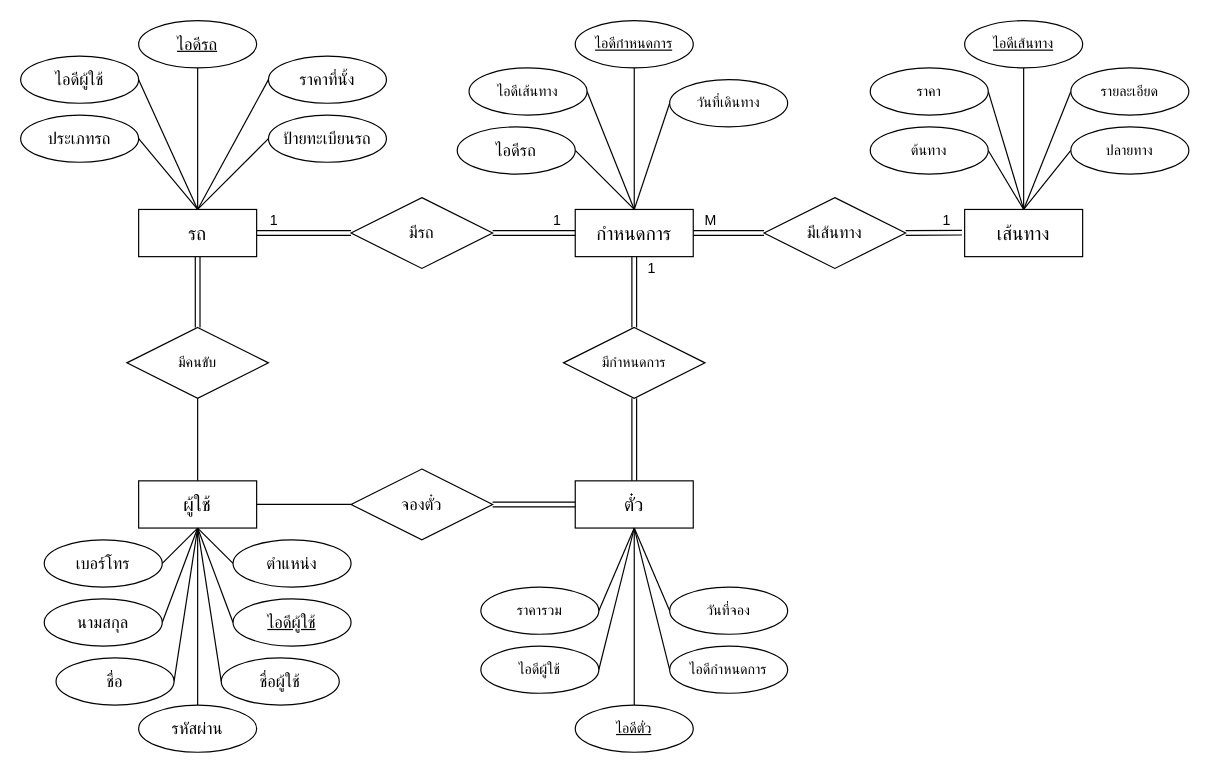
The draw.io diagram Database.drawio in NopXx/bus_ticket, before the edit. Source tidied: cells renumbered, new cells numbered last; positions are measured from the earlier drawing's top-left corner, leaving out a move shared by most shapes. Both pictures are drawn from the tidied source at 118%, with x=0, y=0 at pixel (20, 20).
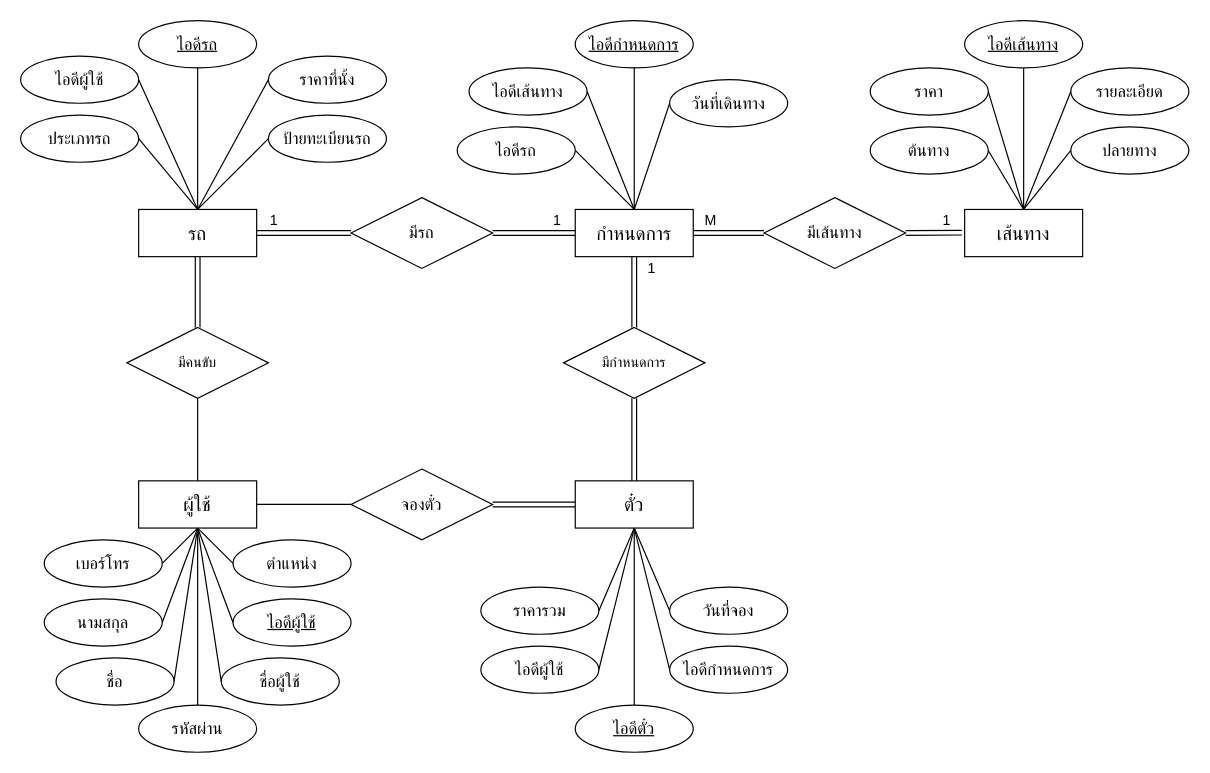
The same page after the edit.

Diff of the diagram source:
```diff
@@
-    <mxCell id="35" value="ไอดีเส้นทาง" style="ellipse;whiteSpace=wrap;html=1;align=center;" parent="1" vertex="1">
+    <mxCell id="35" value="ไอดีเส้นทาง" style="ellipse;whiteSpace=wrap;html=1;align=center;fontSize=14;" parent="1" vertex="1">
       <mxGeometry x="380" y="40" width="100" height="40" as="geometry" />
     </mxCell>
@@
-    <mxCell id="37" value="ไอดีกำหนดการ" style="ellipse;whiteSpace=wrap;html=1;align=center;fontStyle=4;" parent="1" vertex="1">
+    <mxCell id="37" value="ไอดีกำหนดการ" style="ellipse;whiteSpace=wrap;html=1;align=center;fontStyle=4;fontSize=14;" parent="1" vertex="1">
       <mxGeometry x="470" width="100" height="40" as="geometry" />
     </mxCell>
@@
-    <mxCell id="39" value="วันที่เดินทาง" style="ellipse;whiteSpace=wrap;html=1;align=center;" parent="1" vertex="1">
+    <mxCell id="39" value="วันที่เดินทาง" style="ellipse;whiteSpace=wrap;html=1;align=center;fontSize=14;" parent="1" vertex="1">
       <mxGeometry x="550" y="50" width="100" height="40" as="geometry" />
     </mxCell>
@@
-    <mxCell id="46" value="ไอดีเส้นทาง" style="ellipse;whiteSpace=wrap;html=1;align=center;fontStyle=4;" parent="1" vertex="1">
+    <mxCell id="46" value="ไอดีเส้นทาง" style="ellipse;whiteSpace=wrap;html=1;align=center;fontStyle=4;fontSize=14;" parent="1" vertex="1">
       <mxGeometry x="800" width="100" height="40" as="geometry" />
     </mxCell>
@@
-    <mxCell id="48" value="ราคา" style="ellipse;whiteSpace=wrap;html=1;align=center;" parent="1" vertex="1">
+    <mxCell id="48" value="ราคา" style="ellipse;whiteSpace=wrap;html=1;align=center;fontSize=14;" parent="1" vertex="1">
       <mxGeometry x="720" y="40" width="100" height="40" as="geometry" />
     </mxCell>
@@
-    <mxCell id="50" value="รายละเอียด" style="ellipse;whiteSpace=wrap;html=1;align=center;" parent="1" vertex="1">
+    <mxCell id="50" value="รายละเอียด" style="ellipse;whiteSpace=wrap;html=1;align=center;fontSize=14;" parent="1" vertex="1">
       <mxGeometry x="890" y="40" width="100" height="40" as="geometry" />
     </mxCell>
@@
-    <mxCell id="52" value="ต้นทาง" style="ellipse;whiteSpace=wrap;html=1;align=center;" parent="1" vertex="1">
+    <mxCell id="52" value="ต้นทาง" style="ellipse;whiteSpace=wrap;html=1;align=center;fontSize=14;" parent="1" vertex="1">
       <mxGeometry x="720" y="90" width="100" height="40" as="geometry" />
     </mxCell>
@@
-    <mxCell id="54" value="ปลายทาง" style="ellipse;whiteSpace=wrap;html=1;align=center;" parent="1" vertex="1">
+    <mxCell id="54" value="ปลายทาง" style="ellipse;whiteSpace=wrap;html=1;align=center;fontSize=14;" parent="1" vertex="1">
       <mxGeometry x="890" y="90" width="100" height="40" as="geometry" />
     </mxCell>
@@
-    <mxCell id="65" value="ไอดีตั๋ว" style="ellipse;whiteSpace=wrap;html=1;align=center;fontStyle=4;" parent="1" vertex="1">
+    <mxCell id="65" value="ไอดีตั๋ว" style="ellipse;whiteSpace=wrap;html=1;align=center;fontStyle=4;fontSize=14;" parent="1" vertex="1">
       <mxGeometry x="470" y="580" width="100" height="40" as="geometry" />
     </mxCell>
@@
-    <mxCell id="67" value="ไอดีผู้ใช้" style="ellipse;whiteSpace=wrap;html=1;align=center;" parent="1" vertex="1">
+    <mxCell id="67" value="ไอดีผู้ใช้" style="ellipse;whiteSpace=wrap;html=1;align=center;fontSize=14;" parent="1" vertex="1">
       <mxGeometry x="390" y="530" width="100" height="40" as="geometry" />
     </mxCell>
@@
-    <mxCell id="69" value="ไอดีกำหนดการ" style="ellipse;whiteSpace=wrap;html=1;align=center;" parent="1" vertex="1">
+    <mxCell id="69" value="ไอดีกำหนดการ" style="ellipse;whiteSpace=wrap;html=1;align=center;fontSize=14;" parent="1" vertex="1">
       <mxGeometry x="550" y="530" width="100" height="40" as="geometry" />
     </mxCell>
@@
-    <mxCell id="71" value="ราคารวม" style="ellipse;whiteSpace=wrap;html=1;align=center;" parent="1" vertex="1">
+    <mxCell id="71" value="ราคารวม" style="ellipse;whiteSpace=wrap;html=1;align=center;fontSize=14;" parent="1" vertex="1">
       <mxGeometry x="390" y="480" width="100" height="40" as="geometry" />
     </mxCell>
@@
-    <mxCell id="73" value="วันที่จอง" style="ellipse;whiteSpace=wrap;html=1;align=center;" parent="1" vertex="1">
+    <mxCell id="73" value="วันที่จอง" style="ellipse;whiteSpace=wrap;html=1;align=center;fontSize=14;" parent="1" vertex="1">
       <mxGeometry x="550" y="480" width="100" height="40" as="geometry" />
     </mxCell>
```
